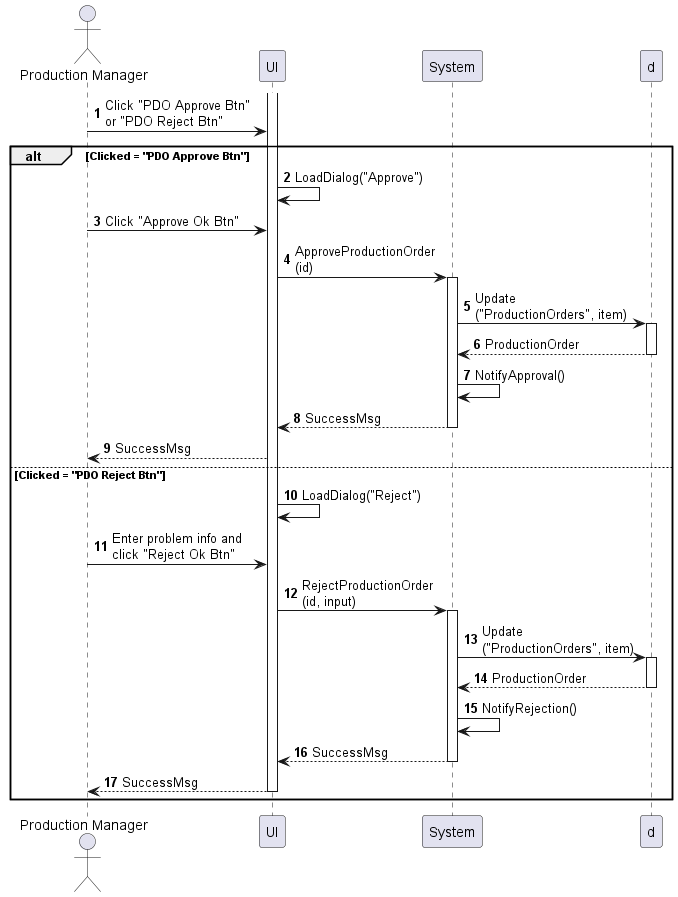
Above: sequences/production-order-approve.png in phihungha/scmss-reqs (PlantUML), before the change.
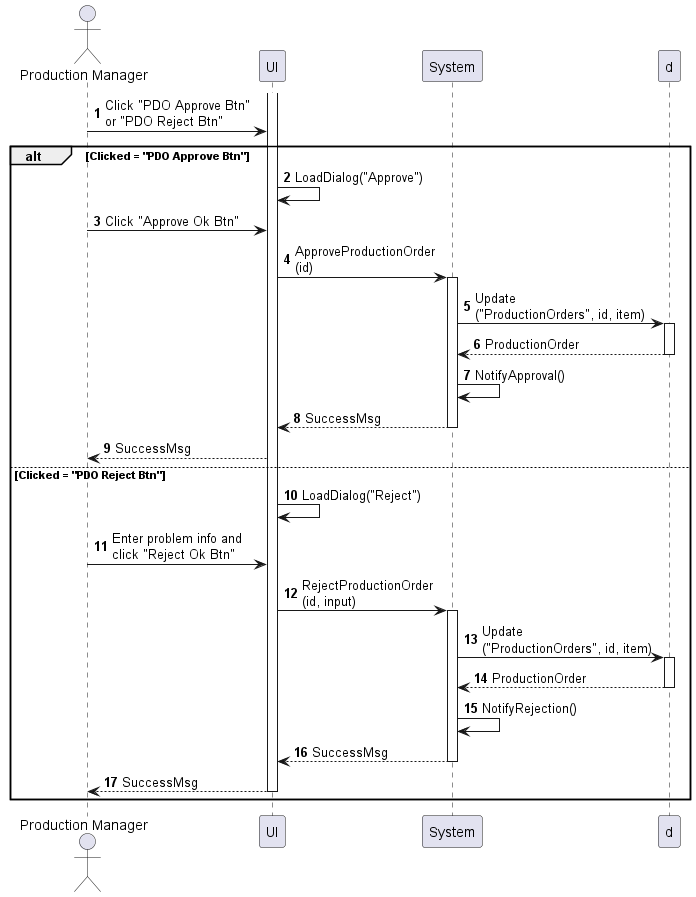
After the change.

Diff of the diagram source:
```diff
@@ -13,7 +13,7 @@
     a -> f : Click "Approve Ok Btn"
     f -> b : ApproveProductionOrder\n(id)
     activate b
-    b -> d : Update\n("ProductionOrders", item)
+    b -> d : Update\n("ProductionOrders", id, item)
     activate d
     return ProductionOrder
     b -> b : NotifyApproval()
@@ -25,7 +25,7 @@
     a -> f : Enter problem info and\nclick "Reject Ok Btn"
     f -> b : RejectProductionOrder\n(id, input)
     activate b
-    b -> d : Update\n("ProductionOrders", item)
+    b -> d : Update\n("ProductionOrders", id, item)
     activate d
     return ProductionOrder
     b -> b : NotifyRejection()
```
